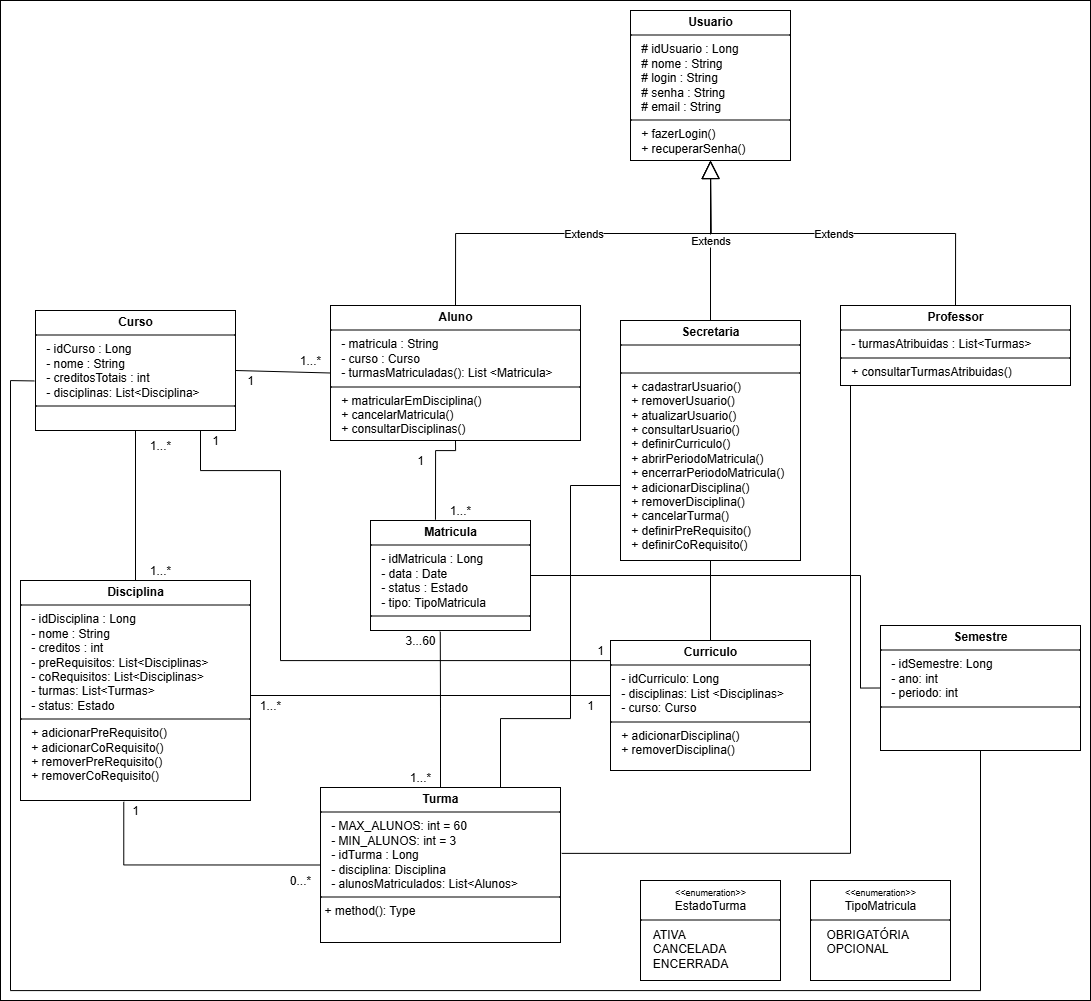
This is projeto/diagramas/imagens/diagrama-classes.png from LDS-Javali/LDS-Javali-Enrollify, a draw.io export, as it was before one commit. Source tidied: cells renumbered, new cells last; positions are measured from the earlier drawing's top-left corner, leaving out a move shared by most shapes.
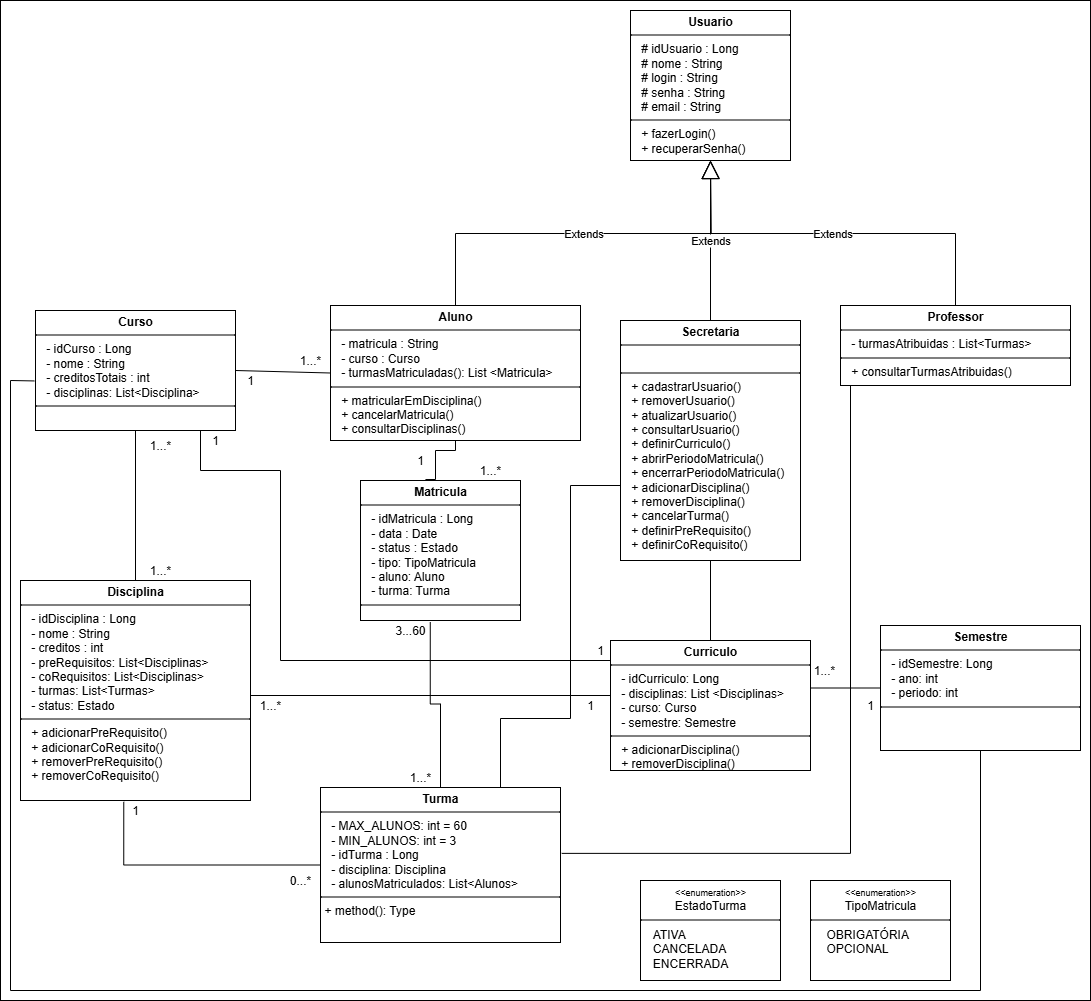
Above is the later version.

Commit message:
att diagrama de classes

Diff of the diagram source:
```diff
@@ -20,8 +20,8 @@
     <mxCell id="7" value="&lt;p style=&quot;margin:0px;margin-top:4px;text-align:center;&quot;&gt;&lt;b&gt;Curso&lt;/b&gt;&lt;/p&gt;&lt;hr size=&quot;1&quot; style=&quot;border-style:solid;&quot;&gt;&lt;p style=&quot;margin:0px;margin-left:4px;&quot;&gt;&amp;nbsp; - idCurso : Long&lt;/p&gt;&lt;p style=&quot;margin:0px;margin-left:4px;&quot;&gt;&amp;nbsp; - nome : String&lt;/p&gt;&lt;p style=&quot;margin:0px;margin-left:4px;&quot;&gt;&amp;nbsp; - creditosTotais : int&lt;br&gt;&amp;nbsp; - disciplinas: List&amp;lt;Disciplina&amp;gt;&lt;/p&gt;&lt;hr size=&quot;1&quot; style=&quot;border-style:solid;&quot;&gt;&lt;p style=&quot;margin:0px;margin-left:4px;&quot;&gt;&amp;nbsp;&lt;/p&gt;" style="verticalAlign=top;align=left;overflow=fill;html=1;whiteSpace=wrap;" parent="1" vertex="1">
       <mxGeometry x="35" y="310" width="200" height="120" as="geometry" />
     </mxCell>
-    <mxCell id="8" value="&lt;p style=&quot;margin:0px;margin-top:4px;text-align:center;&quot;&gt;&lt;b&gt;Matricula&lt;/b&gt;&lt;/p&gt;&lt;hr size=&quot;1&quot; style=&quot;border-style:solid;&quot;&gt;&lt;p style=&quot;margin:0px;margin-left:4px;&quot;&gt;&amp;nbsp; - idMatricula : Long&lt;/p&gt;&lt;p style=&quot;margin:0px;margin-left:4px;&quot;&gt;&amp;nbsp; - data : Date&lt;/p&gt;&lt;p style=&quot;margin:0px;margin-left:4px;&quot;&gt;&amp;nbsp; - status : Estado&lt;br&gt;&amp;nbsp; - tipo: TipoMatricula&lt;/p&gt;&lt;hr size=&quot;1&quot; style=&quot;border-style:solid;&quot;&gt;&lt;p style=&quot;margin:0px;margin-left:4px;&quot;&gt;&lt;br&gt;&lt;/p&gt;" style="verticalAlign=top;align=left;overflow=fill;html=1;whiteSpace=wrap;" parent="1" vertex="1">
-      <mxGeometry x="370" y="520" width="160" height="110" as="geometry" />
+    <mxCell id="8" value="&lt;p style=&quot;margin:0px;margin-top:4px;text-align:center;&quot;&gt;&lt;b&gt;Matricula&lt;/b&gt;&lt;/p&gt;&lt;hr size=&quot;1&quot; style=&quot;border-style:solid;&quot;&gt;&lt;p style=&quot;margin:0px;margin-left:4px;&quot;&gt;&amp;nbsp; - idMatricula : Long&lt;/p&gt;&lt;p style=&quot;margin:0px;margin-left:4px;&quot;&gt;&amp;nbsp; - data : Date&lt;/p&gt;&lt;p style=&quot;margin:0px;margin-left:4px;&quot;&gt;&amp;nbsp; - status : Estado&lt;br&gt;&amp;nbsp; - tipo: TipoMatricula&lt;br&gt;&amp;nbsp; - aluno: Aluno&lt;br&gt;&amp;nbsp; - turma: Turma&lt;/p&gt;&lt;hr size=&quot;1&quot; style=&quot;border-style:solid;&quot;&gt;&lt;p style=&quot;margin:0px;margin-left:4px;&quot;&gt;&lt;br&gt;&lt;/p&gt;" style="verticalAlign=top;align=left;overflow=fill;html=1;whiteSpace=wrap;" parent="1" vertex="1">
+      <mxGeometry x="360" y="480" width="160" height="140" as="geometry" />
     </mxCell>
     <mxCell id="9" value="&lt;p style=&quot;margin:0px;margin-top:4px;text-align:center;&quot;&gt;&lt;b&gt;Disciplina&lt;/b&gt;&lt;/p&gt;&lt;hr size=&quot;1&quot; style=&quot;border-style:solid;&quot;&gt;&lt;p style=&quot;margin: 0px 0px 0px 4px;&quot;&gt;&lt;span style=&quot;background-color: transparent; color: light-dark(rgb(0, 0, 0), rgb(255, 255, 255));&quot;&gt;&amp;nbsp; - idDisciplina : Long&lt;/span&gt;&lt;/p&gt;&lt;p style=&quot;margin:0px;margin-left:4px;&quot;&gt;&amp;nbsp; - nome : String&lt;/p&gt;&lt;p style=&quot;margin:0px;margin-left:4px;&quot;&gt;&amp;nbsp; - creditos : int&lt;/p&gt;&lt;p style=&quot;margin:0px;margin-left:4px;&quot;&gt;&amp;nbsp; - preRequisitos: List&amp;lt;Disciplinas&amp;gt;&lt;/p&gt;&lt;p style=&quot;margin:0px;margin-left:4px;&quot;&gt;&amp;nbsp; - coRequisitos: List&amp;lt;Disciplinas&amp;gt;&lt;br&gt;&amp;nbsp; - turmas: List&amp;lt;Turmas&amp;gt;&lt;/p&gt;&lt;p style=&quot;margin:0px;margin-left:4px;&quot;&gt;&amp;nbsp; - status: Estado&lt;/p&gt;&lt;hr size=&quot;1&quot; style=&quot;border-style:solid;&quot;&gt;&lt;p style=&quot;margin:0px;margin-left:4px;&quot;&gt;&amp;nbsp;&lt;span style=&quot;background-color: transparent; color: light-dark(rgb(0, 0, 0), rgb(255, 255, 255));&quot;&gt;&amp;nbsp;&lt;/span&gt;&lt;span style=&quot;background-color: transparent; color: light-dark(rgb(0, 0, 0), rgb(255, 255, 255));&quot;&gt;+ adicionarPreRequisito()&lt;/span&gt;&lt;/p&gt;&lt;p style=&quot;margin: 0px 0px 0px 4px;&quot;&gt;&amp;nbsp; + adicionarCoRequisito()&lt;/p&gt;&lt;p style=&quot;margin: 0px 0px 0px 4px;&quot;&gt;&amp;nbsp;&amp;nbsp;&lt;span style=&quot;background-color: transparent; color: light-dark(rgb(0, 0, 0), rgb(255, 255, 255));&quot;&gt;+ removerPreRequisito()&lt;/span&gt;&lt;/p&gt;&lt;p style=&quot;margin: 0px 0px 0px 4px;&quot;&gt;&amp;nbsp; + removerCoRequisito()&lt;/p&gt;" style="verticalAlign=top;align=left;overflow=fill;html=1;whiteSpace=wrap;" parent="1" vertex="1">
       <mxGeometry x="20" y="580" width="230" height="220" as="geometry" />
@@ -67,7 +67,7 @@
       <mxGeometry x="400" y="767" width="40" height="20" as="geometry" />
     </mxCell>
     <mxCell id="22" value="3...60" style="text;html=1;align=center;verticalAlign=middle;whiteSpace=wrap;rounded=0;" parent="1" vertex="1">
-      <mxGeometry x="400" y="630" width="40" height="20" as="geometry" />
+      <mxGeometry x="390" y="620" width="40" height="20" as="geometry" />
     </mxCell>
     <mxCell id="23" value="&lt;p style=&quot;margin:0px;margin-top:4px;text-align:center;&quot;&gt;&lt;font style=&quot;font-size: 9px;&quot;&gt;&amp;lt;&amp;lt;enumeration&amp;gt;&amp;gt;&lt;/font&gt;&lt;br&gt;EstadoTurma&lt;/p&gt;&lt;hr size=&quot;1&quot; style=&quot;border-style:solid;&quot;&gt;&lt;div style=&quot;height:2px;&quot;&gt;&lt;/div&gt;" style="verticalAlign=top;align=left;overflow=fill;html=1;whiteSpace=wrap;" parent="1" vertex="1">
       <mxGeometry x="640" y="880" width="140" height="100" as="geometry" />
@@ -75,7 +75,7 @@
     <mxCell id="24" value="&lt;div style=&quot;text-align: left;&quot;&gt;&lt;span style=&quot;background-color: transparent; color: light-dark(rgb(0, 0, 0), rgb(255, 255, 255));&quot;&gt;ATIVA&lt;/span&gt;&lt;/div&gt;&lt;div style=&quot;text-align: left;&quot;&gt;CANCELADA&lt;/div&gt;&lt;div style=&quot;text-align: left;&quot;&gt;ENCERRADA&lt;/div&gt;&lt;div&gt;&lt;br&gt;&lt;/div&gt;" style="text;html=1;align=center;verticalAlign=middle;whiteSpace=wrap;rounded=0;" parent="1" vertex="1">
       <mxGeometry x="660" y="940" width="60" height="30" as="geometry" />
     </mxCell>
-    <mxCell id="25" value="&lt;p style=&quot;margin:0px;margin-top:4px;text-align:center;&quot;&gt;&lt;b&gt;Curriculo&lt;/b&gt;&lt;/p&gt;&lt;hr size=&quot;1&quot; style=&quot;border-style:solid;&quot;&gt;&lt;p style=&quot;margin:0px;margin-left:4px;&quot;&gt;&amp;nbsp; - idCurriculo: Long&lt;br&gt;&amp;nbsp; - disciplinas: List &amp;lt;Disciplinas&amp;gt;&lt;br&gt;&amp;nbsp; - curso: Curso&lt;/p&gt;&lt;hr size=&quot;1&quot; style=&quot;border-style:solid;&quot;&gt;&lt;p style=&quot;margin: 0px 0px 0px 4px;&quot;&gt;&amp;nbsp; + adicionarDisciplina()&lt;/p&gt;&lt;p style=&quot;margin: 0px 0px 0px 4px;&quot;&gt;&amp;nbsp; + removerDisciplina()&lt;/p&gt;" style="verticalAlign=top;align=left;overflow=fill;html=1;whiteSpace=wrap;" parent="1" vertex="1">
+    <mxCell id="25" value="&lt;p style=&quot;margin:0px;margin-top:4px;text-align:center;&quot;&gt;&lt;b&gt;Curriculo&lt;/b&gt;&lt;/p&gt;&lt;hr size=&quot;1&quot; style=&quot;border-style:solid;&quot;&gt;&lt;p style=&quot;margin:0px;margin-left:4px;&quot;&gt;&amp;nbsp; - idCurriculo: Long&lt;br&gt;&amp;nbsp; - disciplinas: List &amp;lt;Disciplinas&amp;gt;&lt;br&gt;&amp;nbsp; - curso: Curso&lt;/p&gt;&lt;p style=&quot;margin:0px;margin-left:4px;&quot;&gt;&amp;nbsp; - semestre: Semestre&lt;/p&gt;&lt;hr size=&quot;1&quot; style=&quot;border-style:solid;&quot;&gt;&lt;p style=&quot;margin: 0px 0px 0px 4px;&quot;&gt;&amp;nbsp; + adicionarDisciplina()&lt;/p&gt;&lt;p style=&quot;margin: 0px 0px 0px 4px;&quot;&gt;&amp;nbsp; + removerDisciplina()&lt;/p&gt;" style="verticalAlign=top;align=left;overflow=fill;html=1;whiteSpace=wrap;" parent="1" vertex="1">
       <mxGeometry x="610" y="640" width="200" height="130" as="geometry" />
     </mxCell>
     <mxCell id="26" style="endArrow=none;startArrow=none;endFill=0;startFill=0;html=1;rounded=0;entryX=0.5;entryY=1;entryDx=0;entryDy=0;exitX=0.5;exitY=0;exitDx=0;exitDy=0;" parent="1" edge="1" source="25" target="5">
@@ -130,7 +130,7 @@
       </mxGeometry>
     </mxCell>
     <mxCell id="35" value="1...*" style="text;html=1;align=center;verticalAlign=middle;whiteSpace=wrap;rounded=0;" parent="1" vertex="1">
-      <mxGeometry x="440" y="500" width="40" height="20" as="geometry" />
+      <mxGeometry x="470" y="460" width="40" height="20" as="geometry" />
     </mxCell>
     <mxCell id="36" value="1" style="text;html=1;align=center;verticalAlign=middle;whiteSpace=wrap;rounded=0;" parent="1" vertex="1">
       <mxGeometry x="115" y="800" width="40" height="20" as="geometry" />
@@ -138,7 +138,7 @@
     <mxCell id="37" value="0...*" style="text;html=1;align=center;verticalAlign=middle;whiteSpace=wrap;rounded=0;" parent="1" vertex="1">
       <mxGeometry x="280" y="870" width="40" height="20" as="geometry" />
     </mxCell>
-    <mxCell id="38" value="&lt;p style=&quot;margin:0px;margin-top:4px;text-align:center;&quot;&gt;&lt;b&gt;Semestre&lt;/b&gt;&lt;/p&gt;&lt;hr size=&quot;1&quot; style=&quot;border-style:solid;&quot;&gt;&lt;p style=&quot;margin:0px;margin-left:4px;&quot;&gt;&amp;nbsp; - idSemestre: Long&lt;br&gt;&amp;nbsp; - ano: int&lt;br&gt;&amp;nbsp; - periodo: int&lt;/p&gt;&lt;hr size=&quot;1&quot; style=&quot;border-style:solid;&quot;&gt;&lt;p style=&quot;margin: 0px 0px 0px 4px;&quot;&gt;&amp;nbsp;&amp;nbsp;&lt;/p&gt;" style="verticalAlign=top;align=left;overflow=fill;html=1;whiteSpace=wrap;" parent="1" vertex="1">
+    <mxCell id="38" value="&lt;p style=&quot;margin:0px;margin-top:4px;text-align:center;&quot;&gt;&lt;b&gt;Semestre&lt;/b&gt;&lt;/p&gt;&lt;hr size=&quot;1&quot; style=&quot;border-style:solid;&quot;&gt;&lt;p style=&quot;margin:0px;margin-left:4px;&quot;&gt;&amp;nbsp; - idSemestre: Long&lt;br&gt;&amp;nbsp; - ano: int&lt;br&gt;&amp;nbsp; - periodo: int&lt;br&gt;&lt;/p&gt;&lt;hr size=&quot;1&quot; style=&quot;border-style:solid;&quot;&gt;&lt;p style=&quot;margin: 0px 0px 0px 4px;&quot;&gt;&amp;nbsp;&amp;nbsp;&lt;/p&gt;" style="verticalAlign=top;align=left;overflow=fill;html=1;whiteSpace=wrap;" parent="1" vertex="1">
       <mxGeometry x="880" y="625" width="200" height="125" as="geometry" />
     </mxCell>
     <mxCell id="39" style="endArrow=none;startArrow=none;endFill=0;startFill=0;html=1;rounded=0;entryX=0.5;entryY=1;entryDx=0;entryDy=0;exitX=-0.006;exitY=0.587;exitDx=0;exitDy=0;edgeStyle=orthogonalEdgeStyle;exitPerimeter=0;" parent="1" edge="1" source="7" target="38">
@@ -151,11 +151,10 @@
         </Array>
       </mxGeometry>
     </mxCell>
-    <mxCell id="40" style="endArrow=none;startArrow=none;endFill=0;startFill=0;html=1;rounded=0;entryX=1;entryY=0.5;entryDx=0;entryDy=0;exitX=0;exitY=0.5;exitDx=0;exitDy=0;edgeStyle=orthogonalEdgeStyle;" parent="1" edge="1" source="38" target="8">
+    <mxCell id="40" style="endArrow=none;startArrow=none;endFill=0;startFill=0;html=1;rounded=0;entryX=1;entryY=0.5;entryDx=0;entryDy=0;exitX=0;exitY=0.5;exitDx=0;exitDy=0;edgeStyle=orthogonalEdgeStyle;" parent="1" edge="1" source="38" target="25">
       <mxGeometry relative="1" as="geometry">
         <Array as="points">
-          <mxPoint x="860" y="687" />
-          <mxPoint x="860" y="575" />
+          <mxPoint x="810" y="688" />
         </Array>
       </mxGeometry>
     </mxCell>
@@ -181,5 +180,11 @@
     <mxCell id="45" value="1" style="text;html=1;align=center;verticalAlign=middle;whiteSpace=wrap;rounded=0;" parent="1" vertex="1">
       <mxGeometry x="580" y="640" width="40" height="20" as="geometry" />
     </mxCell>
+    <mxCell id="46" value="1...*" style="text;html=1;align=center;verticalAlign=middle;whiteSpace=wrap;rounded=0;" parent="1" vertex="1">
+      <mxGeometry x="804" y="660" width="40" height="20" as="geometry" />
+    </mxCell>
+    <mxCell id="47" value="1" style="text;html=1;align=center;verticalAlign=middle;whiteSpace=wrap;rounded=0;" parent="1" vertex="1">
+      <mxGeometry x="850" y="695" width="40" height="20" as="geometry" />
+    </mxCell>
   </root>
 </mxGraphModel>
```
